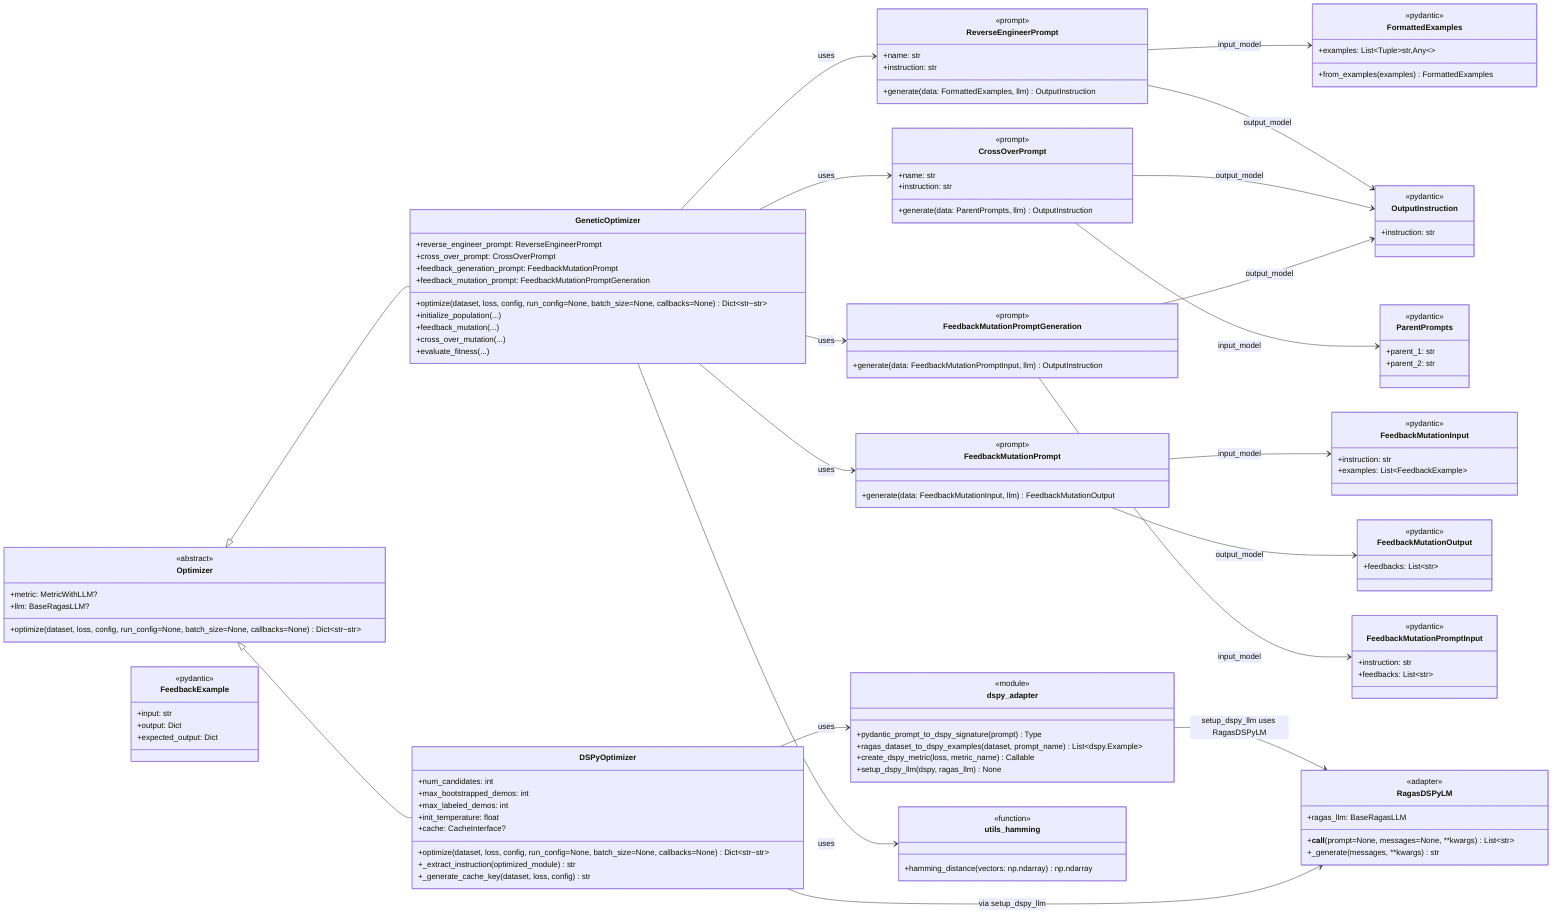
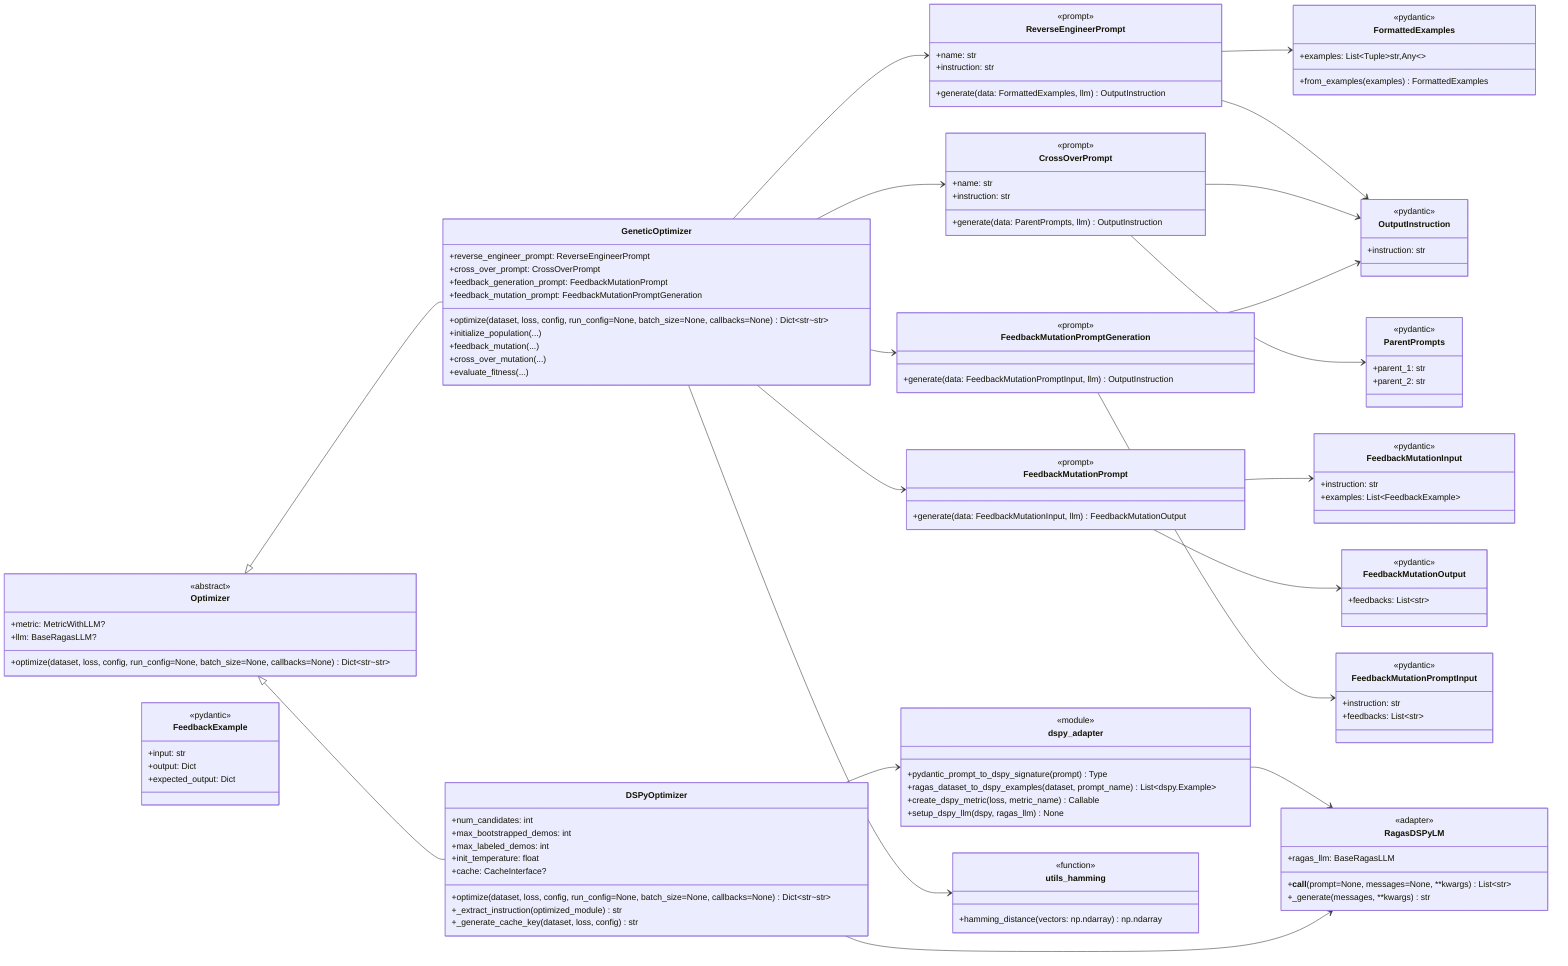
classDiagram
direction LR

class Optimizer {
  <<abstract>>
  +metric: MetricWithLLM?
  +llm: BaseRagasLLM?
  +optimize(dataset, loss, config, run_config=None, batch_size=None, callbacks=None) Dict~str~str~
}

class GeneticOptimizer {
  +reverse_engineer_prompt: ReverseEngineerPrompt
  +cross_over_prompt: CrossOverPrompt
  +feedback_generation_prompt: FeedbackMutationPrompt
  +feedback_mutation_prompt: FeedbackMutationPromptGeneration
  +optimize(dataset, loss, config, run_config=None, batch_size=None, callbacks=None) Dict~str~str~
  +initialize_population(...)
  +feedback_mutation(...)
  +cross_over_mutation(...)
  +evaluate_fitness(...)
}

class DSPyOptimizer {
  +num_candidates: int
  +max_bootstrapped_demos: int
  +max_labeled_demos: int
  +init_temperature: float
  +cache: CacheInterface?
  +optimize(dataset, loss, config, run_config=None, batch_size=None, callbacks=None) Dict~str~str~
  +_extract_instruction(optimized_module) str
  +_generate_cache_key(dataset, loss, config) str
}

class FormattedExamples {
  <<pydantic>>
  +examples: List~Tuple~str,Any~~
  +from_examples(examples) FormattedExamples
}

class OutputInstruction {
  <<pydantic>>
  +instruction: str
}

class ReverseEngineerPrompt {
  <<prompt>>
  +name: str
  +instruction: str
  +generate(data: FormattedExamples, llm) OutputInstruction
}

class ParentPrompts {
  <<pydantic>>
  +parent_1: str
  +parent_2: str
}

class CrossOverPrompt {
  <<prompt>>
  +name: str
  +instruction: str
  +generate(data: ParentPrompts, llm) OutputInstruction
}

class FeedbackExample {
  <<pydantic>>
  +input: str
  +output: Dict
  +expected_output: Dict
}

class FeedbackMutationInput {
  <<pydantic>>
  +instruction: str
  +examples: List~FeedbackExample~
}

class FeedbackMutationOutput {
  <<pydantic>>
  +feedbacks: List~str~
}

class FeedbackMutationPrompt {
  <<prompt>>
  +generate(data: FeedbackMutationInput, llm) FeedbackMutationOutput
}

class FeedbackMutationPromptInput {
  <<pydantic>>
  +instruction: str
  +feedbacks: List~str~
}

class FeedbackMutationPromptGeneration {
  <<prompt>>
  +generate(data: FeedbackMutationPromptInput, llm) OutputInstruction
}

class RagasDSPyLM {
  <<adapter>>
  +ragas_llm: BaseRagasLLM
  +__call__(prompt=None, messages=None, **kwargs) List~str~
  +_generate(messages, **kwargs) str
}

class dspy_adapter {
  <<module>>
  +pydantic_prompt_to_dspy_signature(prompt) Type
  +ragas_dataset_to_dspy_examples(dataset, prompt_name) List~dspy.Example~
  +create_dspy_metric(loss, metric_name) Callable
  +setup_dspy_llm(dspy, ragas_llm) None
}

class utils_hamming {
  <<function>>
  +hamming_distance(vectors: np.ndarray) np.ndarray
}

%% Inheritance
Optimizer <|-- GeneticOptimizer
Optimizer <|-- DSPyOptimizer

%% Prompt/model usage & composition
- GeneticOptimizer --> ReverseEngineerPrompt : uses
- GeneticOptimizer --> CrossOverPrompt : uses
- GeneticOptimizer --> FeedbackMutationPrompt : uses
- GeneticOptimizer --> FeedbackMutationPromptGeneration : uses
+ GeneticOptimizer --> ReverseEngineerPrompt
+ GeneticOptimizer --> CrossOverPrompt
+ GeneticOptimizer --> FeedbackMutationPrompt
+ GeneticOptimizer --> FeedbackMutationPromptGeneration

- ReverseEngineerPrompt --> FormattedExamples : input_model
- ReverseEngineerPrompt --> OutputInstruction : output_model
+ ReverseEngineerPrompt --> FormattedExamples
+ ReverseEngineerPrompt --> OutputInstruction

- CrossOverPrompt --> ParentPrompts : input_model
- CrossOverPrompt --> OutputInstruction : output_model
+ CrossOverPrompt --> ParentPrompts
+ CrossOverPrompt --> OutputInstruction

- FeedbackMutationPrompt --> FeedbackMutationInput : input_model
- FeedbackMutationPrompt --> FeedbackMutationOutput : output_model
+ FeedbackMutationPrompt --> FeedbackMutationInput
+ FeedbackMutationPrompt --> FeedbackMutationOutput

- FeedbackMutationPromptGeneration --> FeedbackMutationPromptInput : input_model
- FeedbackMutationPromptGeneration --> OutputInstruction : output_model
+ FeedbackMutationPromptGeneration --> FeedbackMutationPromptInput
+ FeedbackMutationPromptGeneration --> OutputInstruction

- GeneticOptimizer --> utils_hamming : uses
+ GeneticOptimizer --> utils_hamming

%% DSPy integration
- DSPyOptimizer --> dspy_adapter : uses
- dspy_adapter --> RagasDSPyLM : setup_dspy_llm uses RagasDSPyLM
- DSPyOptimizer --> RagasDSPyLM : via setup_dspy_llm
+ DSPyOptimizer --> dspy_adapter
+ dspy_adapter --> RagasDSPyLM
+ DSPyOptimizer --> RagasDSPyLM
